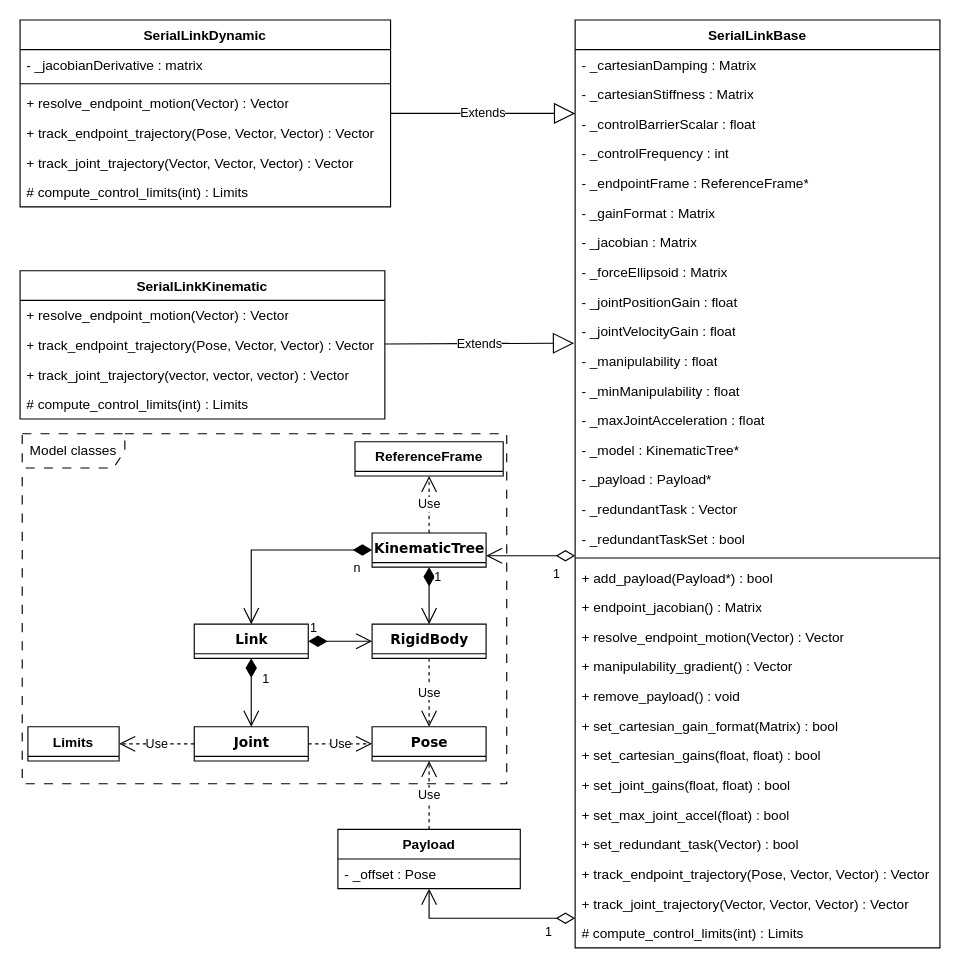
Woolfrey/software_robot_library keeps this draw.io diagram as Control/doc/ControlClassDiagrams.drawio. Above is the earlier version. Source tidied: cells renumbered, new cells numbered last; positions are measured from the earlier drawing's top-left corner, leaving out a move shared by most shapes. Both pictures are drawn from the tidied source at 114%, with x=0, y=0 at pixel (19, 19).
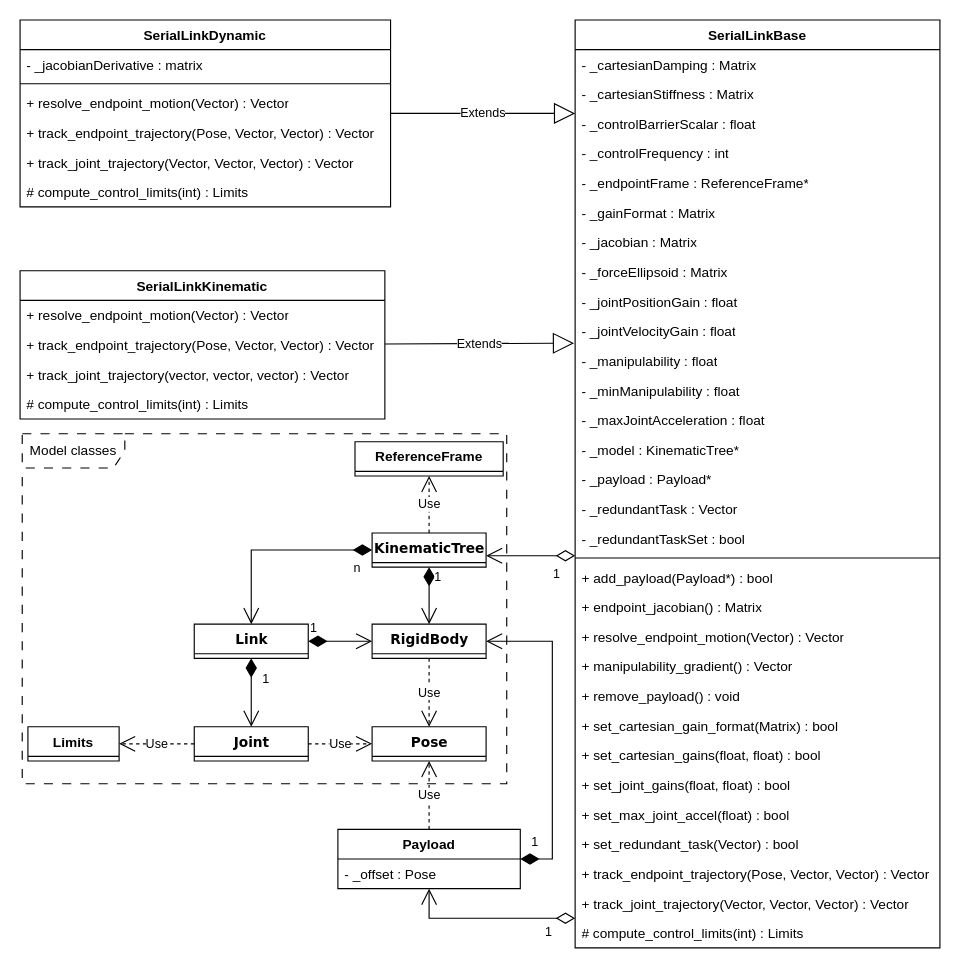
After the change.

Unchanged cells that the change refers to:
```xml
<mxCell id="49" value="RigidBody" style="swimlane;html=1;fontStyle=1;align=center;verticalAlign=top;horizontal=1;startSize=26;swimlaneFillColor=none;rounded=0;shadow=0;comic=0;labelBackgroundColor=none;strokeWidth=1;fillColor=none;fontFamily=Verdana;fontSize=12;" parent="1" vertex="1" collapsed="1">
  <mxGeometry x="308.9" y="530" width="100" height="30" as="geometry" />
</mxCell>
<mxCell id="56" value="Payload" style="swimlane;fontStyle=1;align=center;verticalAlign=top;horizontal=1;startSize=26;whiteSpace=wrap;html=1;" parent="1" vertex="1">
  <mxGeometry x="278.9" y="710" width="160" height="52" as="geometry" />
</mxCell>
```

Change to the diagram source:
```diff
@@
+    <mxCell id="69" value="1" style="endArrow=open;html=1;endSize=12;startArrow=diamondThin;startSize=14;startFill=1;edgeStyle=orthogonalEdgeStyle;align=left;verticalAlign=bottom;rounded=0;" parent="1" edge="1" source="56" target="49">
+      <mxGeometry x="-0.94" y="6" relative="1" as="geometry">
+        <Array as="points">
+          <mxPoint x="467" y="736" />
+          <mxPoint x="467" y="545" />
+        </Array>
+      </mxGeometry>
+    </mxCell>
```
